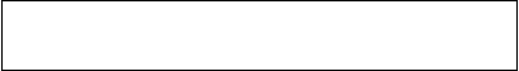
This is TCP/IP Model.drawio.svg from chloe-valentine/network-diagrams, a draw.io export, as it was before one commit. Source tidied: cells renumbered, new cells last; positions are measured from the earlier drawing's top-left corner, leaving out a move shared by most shapes.
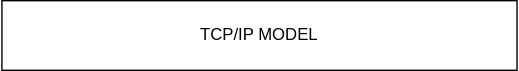
The same file after the commit.

The edit, as a diff of the source:
```diff
@@ -2,7 +2,7 @@
   <root>
     <mxCell id="0" />
     <mxCell id="1" parent="0" />
-    <mxCell id="2" style="rounded=0;whiteSpace=wrap;html=1;" parent="1" vertex="1">
+    <mxCell id="2" value="TCP/IP MODEL" style="rounded=0;whiteSpace=wrap;html=1;" parent="1" vertex="1">
       <mxGeometry width="370" height="50" as="geometry" />
     </mxCell>
   </root>
```
